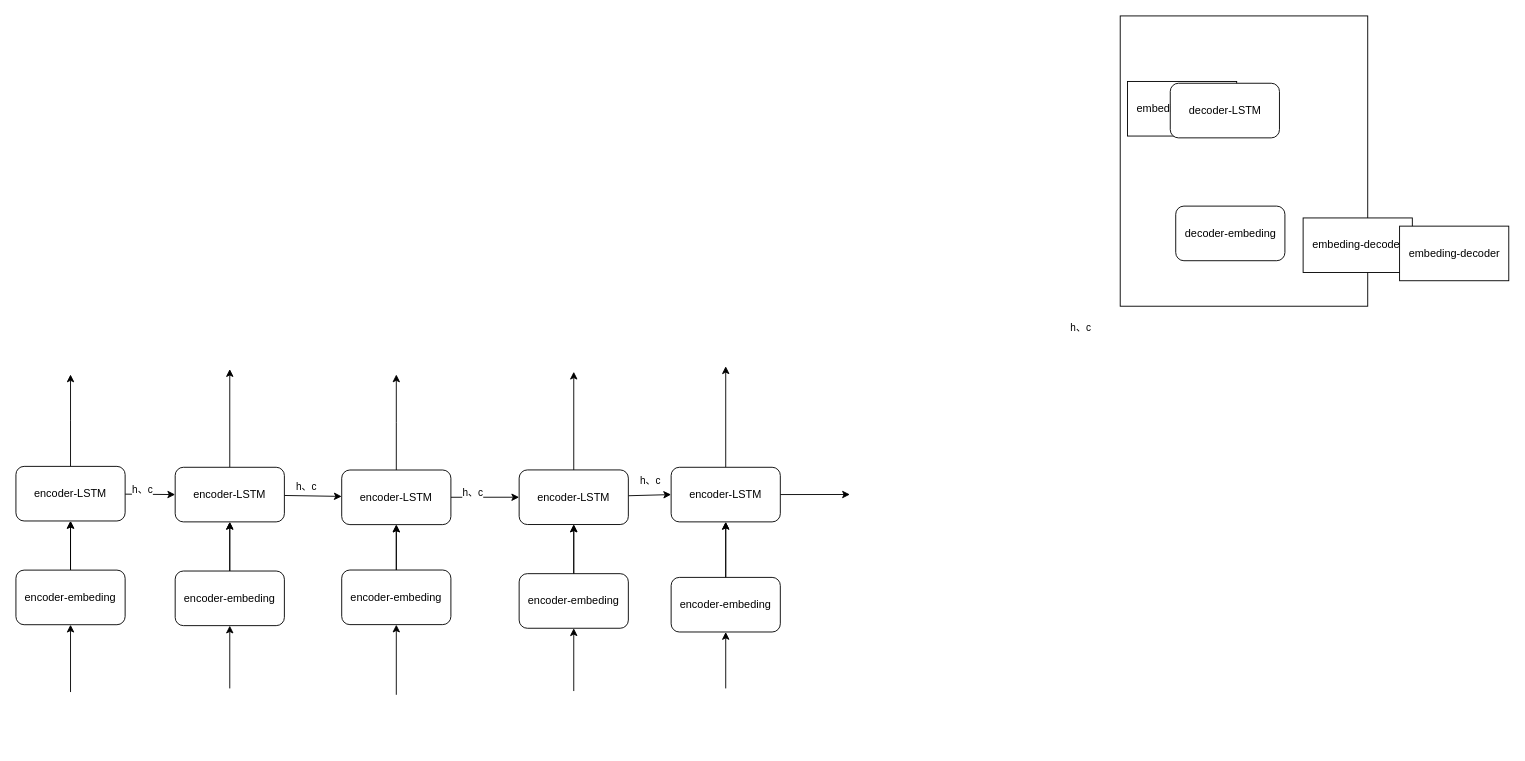
This is 实验室/NPL/seq2seq/seq2seq-莫烦教程-分析.drawio from SixPlusAndTimes/drawio, a draw.io file, before an edit. Source tidied: cells renumbered, new cells numbered last; positions are measured from the earlier drawing's top-left corner, leaving out a move shared by most shapes. Both pictures are drawn from the tidied source at 91%, with x=0, y=0 at pixel (15, 15).
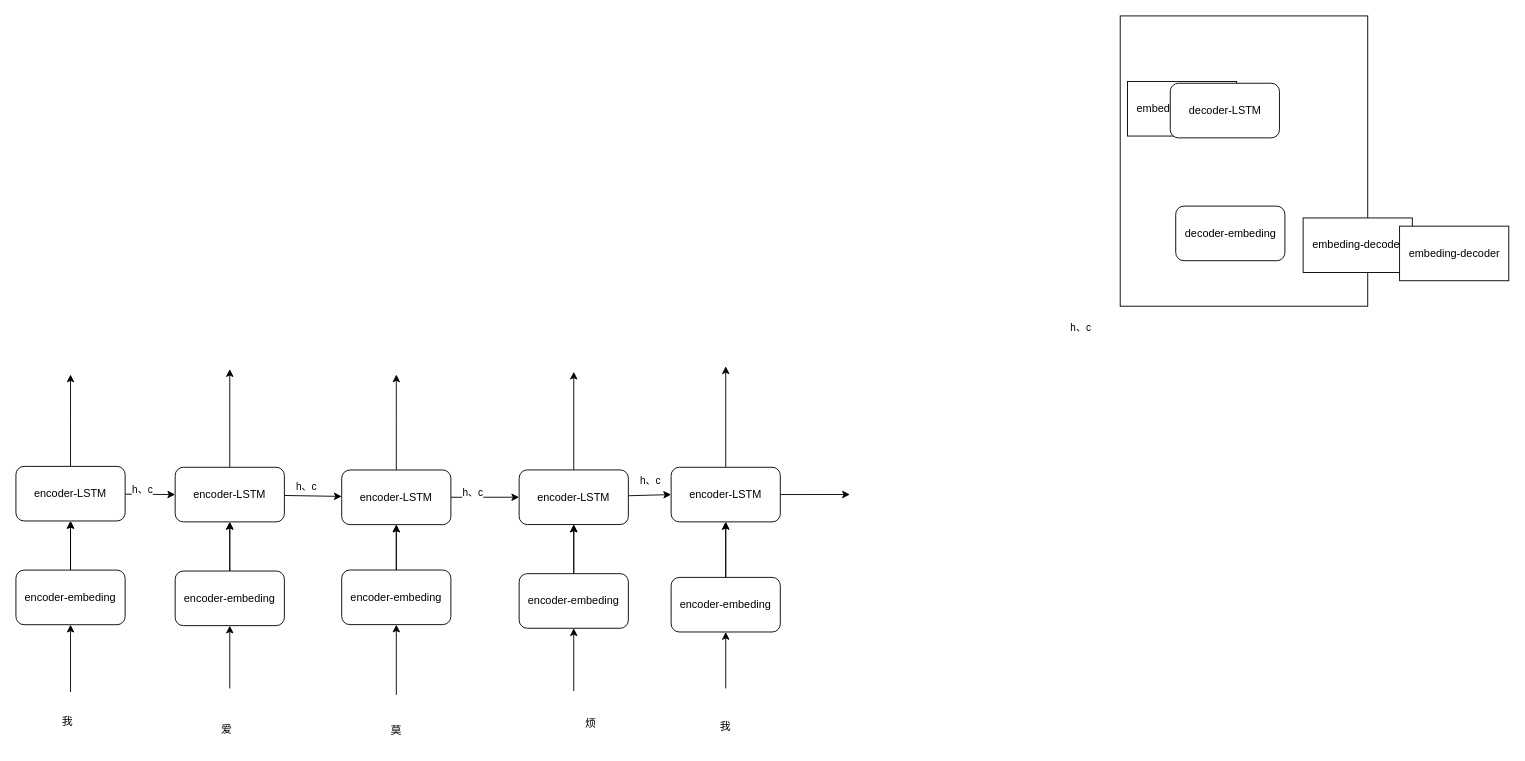
Above is the later version.

Commit message (it also covers changes not shown here):
Update seq2seq-莫烦教程-分析.drawio

Change to the diagram source:
```diff
@@
+    <mxCell id="48" value="我" style="text;html=1;strokeColor=none;fillColor=none;align=center;verticalAlign=middle;whiteSpace=wrap;rounded=0;" parent="1" vertex="1">
+      <mxGeometry x="27" y="761" width="60" height="30" as="geometry" />
+    </mxCell>
+    <mxCell id="49" value="爱" style="text;html=1;strokeColor=none;fillColor=none;align=center;verticalAlign=middle;whiteSpace=wrap;rounded=0;" parent="1" vertex="1">
+      <mxGeometry x="202" y="769" width="60" height="30" as="geometry" />
+    </mxCell>
+    <mxCell id="50" value="莫" style="text;html=1;strokeColor=none;fillColor=none;align=center;verticalAlign=middle;whiteSpace=wrap;rounded=0;" parent="1" vertex="1">
+      <mxGeometry x="388" y="771" width="60" height="30" as="geometry" />
+    </mxCell>
+    <mxCell id="51" value="烦" style="text;html=1;strokeColor=none;fillColor=none;align=center;verticalAlign=middle;whiteSpace=wrap;rounded=0;" parent="1" vertex="1">
+      <mxGeometry x="602" y="763" width="60" height="30" as="geometry" />
+    </mxCell>
+    <mxCell id="52" value="我" style="text;html=1;strokeColor=none;fillColor=none;align=center;verticalAlign=middle;whiteSpace=wrap;rounded=0;" parent="1" vertex="1">
+      <mxGeometry x="750" y="766" width="60" height="30" as="geometry" />
+    </mxCell>
```
